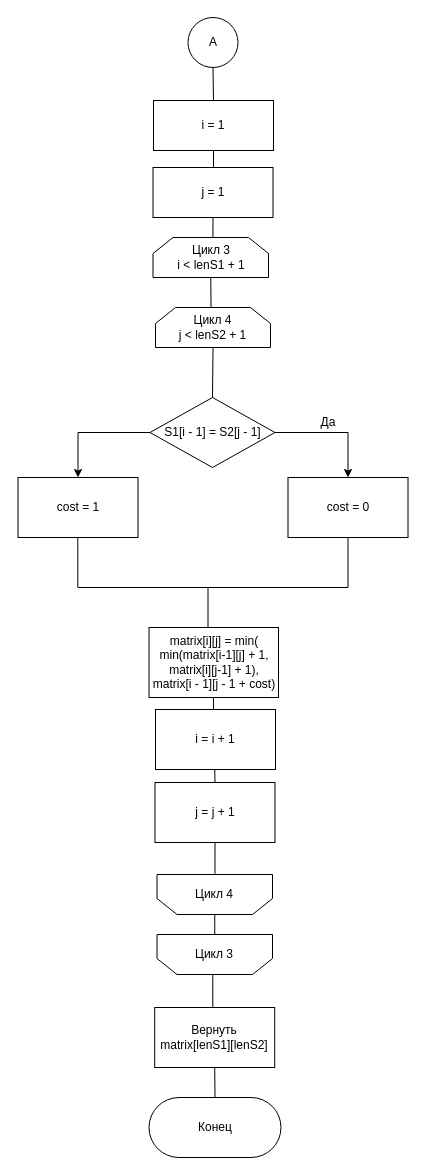
This is page "Страница — 3" (3 of 6) of docs/report/LR.drawio from Slindess/CG_COURSE, a draw.io file, before an edit. Source tidied: cells renumbered, new cells numbered last; positions are measured from the earlier drawing's top-left corner, leaving out a move shared by most shapes. Both pictures are drawn from the tidied source at 100%, with x=0, y=0 at pixel (18, 17).
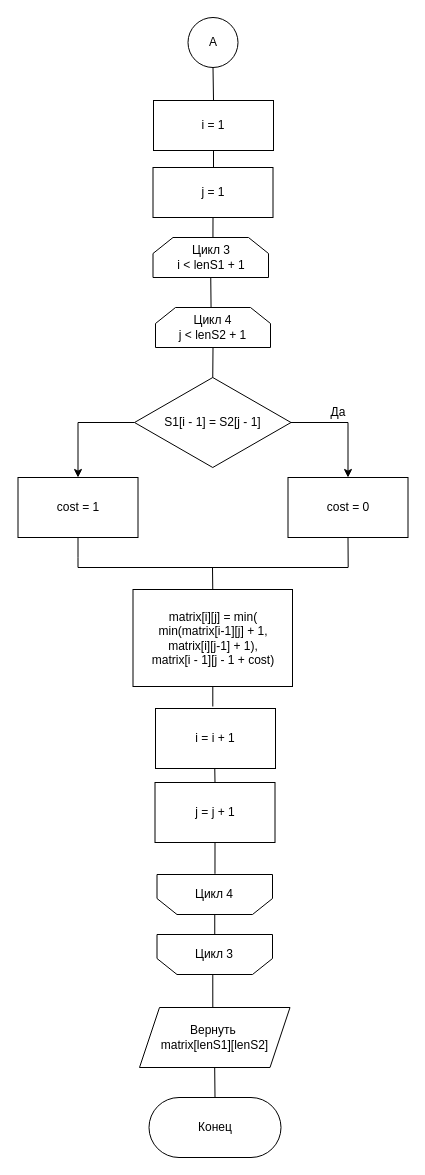
The same page after the edit.

The change refers to these unchanged cells:
```xml
<mxCell id="8" value="cost = 0" style="rounded=0;whiteSpace=wrap;html=1;" parent="1" vertex="1">
  <mxGeometry x="269.5" y="460" width="120" height="60" as="geometry" />
</mxCell>
<mxCell id="9" value="cost = 1" style="rounded=0;whiteSpace=wrap;html=1;" parent="1" vertex="1">
  <mxGeometry x="-0.5" y="460" width="120" height="60" as="geometry" />
</mxCell>
<mxCell id="21" style="shape=loopLimit;whiteSpace=wrap;html=1;rotation=-180;" parent="1" vertex="1">
  <mxGeometry x="138.5" y="917" width="115.5" height="40" as="geometry" />
</mxCell>
<mxCell id="35" value="Конец" style="rounded=1;whiteSpace=wrap;html=1;arcSize=50;" parent="1" vertex="1">
  <mxGeometry x="130.5" y="1080" width="132" height="60" as="geometry" />
</mxCell>
```

Change to the diagram source:
```diff
@@
     <mxCell id="7" value="S1[i - 1] = S2[j - 1]" style="rhombus;whiteSpace=wrap;html=1;" parent="1" vertex="1">
-      <mxGeometry x="131.5" y="380" width="125" height="70" as="geometry" />
+      <mxGeometry x="116" y="360" width="156.5" height="90" as="geometry" />
     </mxCell>
+    <mxCell id="37" style="edgeStyle=orthogonalEdgeStyle;rounded=0;jettySize=auto;html=1;exitX=0.5;exitY=1;exitDx=0;exitDy=0;endArrow=none;endFill=0;" parent="1" edge="1" source="8">
+      <mxGeometry relative="1" as="geometry">
+        <mxPoint x="329.7" y="550" as="targetPoint" />
+      </mxGeometry>
+    </mxCell>
@@
+    <mxCell id="38" style="edgeStyle=orthogonalEdgeStyle;rounded=0;jettySize=auto;html=1;endArrow=none;endFill=0;" parent="1" edge="1" source="9">
+      <mxGeometry relative="1" as="geometry">
+        <mxPoint x="59.5" y="550" as="targetPoint" />
+      </mxGeometry>
+    </mxCell>
@@
     <mxCell id="10" value="Да" style="text;html=1;align=center;verticalAlign=middle;whiteSpace=wrap;rounded=0;" parent="1" vertex="1">
-      <mxGeometry x="279.5" y="390" width="60" height="30" as="geometry" />
+      <mxGeometry x="290" y="380" width="60" height="30" as="geometry" />
     </mxCell>
@@
     <mxCell id="13" value="matrix[i][j] = min(&lt;div&gt;min(matrix[i-1][j] + 1,&lt;/div&gt;&lt;div&gt;matrix[i][j-1] + 1),&lt;/div&gt;&lt;div&gt;matrix[i - 1][j - 1 + cost)&lt;/div&gt;" style="rounded=0;whiteSpace=wrap;html=1;" parent="1" vertex="1">
-      <mxGeometry x="130.5" y="610" width="129.5" height="70" as="geometry" />
+      <mxGeometry x="114.5" y="572" width="159.5" height="97" as="geometry" />
     </mxCell>
-    <mxCell id="14" style="endArrow=none;html=1;rounded=0;" parent="1" edge="1">
-      <mxGeometry relative="1" as="geometry">
-        <mxPoint x="59.3" y="570" as="sourcePoint" />
-        <mxPoint x="59.3" y="520" as="targetPoint" />
-      </mxGeometry>
-    </mxCell>
-    <mxCell id="15" style="endArrow=none;html=1;rounded=0;" parent="1" edge="1">
-      <mxGeometry relative="1" as="geometry">
-        <mxPoint x="329.5" y="570" as="sourcePoint" />
-        <mxPoint x="329.5" y="520" as="targetPoint" />
-      </mxGeometry>
-    </mxCell>
     <mxCell id="16" style="endArrow=none;html=1;rounded=0;" parent="1" edge="1">
       <mxGeometry relative="1" as="geometry">
-        <mxPoint x="59.5" y="570" as="sourcePoint" />
-        <mxPoint x="329.5" y="570" as="targetPoint" />
+        <mxPoint x="59.5" y="550" as="sourcePoint" />
+        <mxPoint x="329.5" y="550" as="targetPoint" />
       </mxGeometry>
     </mxCell>
-    <mxCell id="17" style="endArrow=none;html=1;rounded=0;" parent="1" edge="1">
-      <mxGeometry relative="1" as="geometry">
-        <mxPoint x="189.5" y="610" as="sourcePoint" />
-        <mxPoint x="189.5" y="570" as="targetPoint" />
-      </mxGeometry>
-    </mxCell>
@@
     <mxCell id="23" value="i = i + 1" style="rounded=0;whiteSpace=wrap;html=1;" parent="1" vertex="1">
-      <mxGeometry x="137" y="692" width="120" height="60" as="geometry" />
+      <mxGeometry x="137" y="691" width="120" height="60" as="geometry" />
     </mxCell>
@@
-    <mxCell id="25" style="endArrow=none;html=1;rounded=0;exitX=0.484;exitY=-0.002;exitDx=0;exitDy=0;exitPerimeter=0;" parent="1" edge="1" source="23">
-      <mxGeometry relative="1" as="geometry">
-        <mxPoint x="195" y="680" as="targetPoint" />
-      </mxGeometry>
-    </mxCell>
@@
-    <mxCell id="30" value="Вернуть matrix[lenS1][lenS2]" style="rounded=0;whiteSpace=wrap;html=1;" parent="1" vertex="1">
-      <mxGeometry x="136.2" y="990" width="120" height="60" as="geometry" />
-    </mxCell>
@@
-    <mxCell id="34" style="endArrow=none;html=1;rounded=0;entryX=0.517;entryY=0;entryDx=0;entryDy=0;entryPerimeter=0;exitX=0.484;exitY=0.006;exitDx=0;exitDy=0;exitPerimeter=0;" parent="1" edge="1" source="30" target="21">
-      <mxGeometry relative="1" as="geometry" />
+    <mxCell id="34" style="endArrow=none;html=1;rounded=0;entryX=0.517;entryY=0;entryDx=0;entryDy=0;entryPerimeter=0;exitX=0.484;exitY=0.006;exitDx=0;exitDy=0;exitPerimeter=0;" parent="1" edge="1" target="21">
+      <mxGeometry relative="1" as="geometry">
+        <mxPoint x="194.3" y="990.4" as="sourcePoint" />
+      </mxGeometry>
     </mxCell>
@@
-    <mxCell id="36" style="endArrow=none;html=1;rounded=0;entryX=0.5;entryY=1;entryDx=0;entryDy=0;exitX=0.5;exitY=0;exitDx=0;exitDy=0;" parent="1" edge="1" source="35" target="30">
-      <mxGeometry relative="1" as="geometry" />
+    <mxCell id="36" style="endArrow=none;html=1;rounded=0;entryX=0.5;entryY=1;entryDx=0;entryDy=0;exitX=0.5;exitY=0;exitDx=0;exitDy=0;" parent="1" edge="1" source="35">
+      <mxGeometry relative="1" as="geometry">
+        <mxPoint x="196.2" y="1050" as="targetPoint" />
+      </mxGeometry>
     </mxCell>
+    <mxCell id="30" value="Вернуть&amp;nbsp;&lt;div&gt;matrix[lenS1][lenS2]&lt;/div&gt;" style="shape=parallelogram;perimeter=parallelogramPerimeter;whiteSpace=wrap;html=1;fixedSize=1;" parent="1" vertex="1">
+      <mxGeometry x="121" y="990" width="150.5" height="60" as="geometry" />
+    </mxCell>
+    <mxCell id="39" style="edgeStyle=orthogonalEdgeStyle;rounded=0;jettySize=auto;html=1;entryX=0.479;entryY=-0.017;entryDx=0;entryDy=0;entryPerimeter=0;endArrow=none;endFill=0;" parent="1" edge="1" source="13" target="23">
+      <mxGeometry relative="1" as="geometry" />
+    </mxCell>
+    <mxCell id="40" style="endArrow=none;html=1;rounded=0;exitX=0.5;exitY=0;exitDx=0;exitDy=0;" parent="1" edge="1" source="13">
+      <mxGeometry relative="1" as="geometry">
+        <mxPoint x="194" y="550" as="targetPoint" />
+      </mxGeometry>
+    </mxCell>
```
